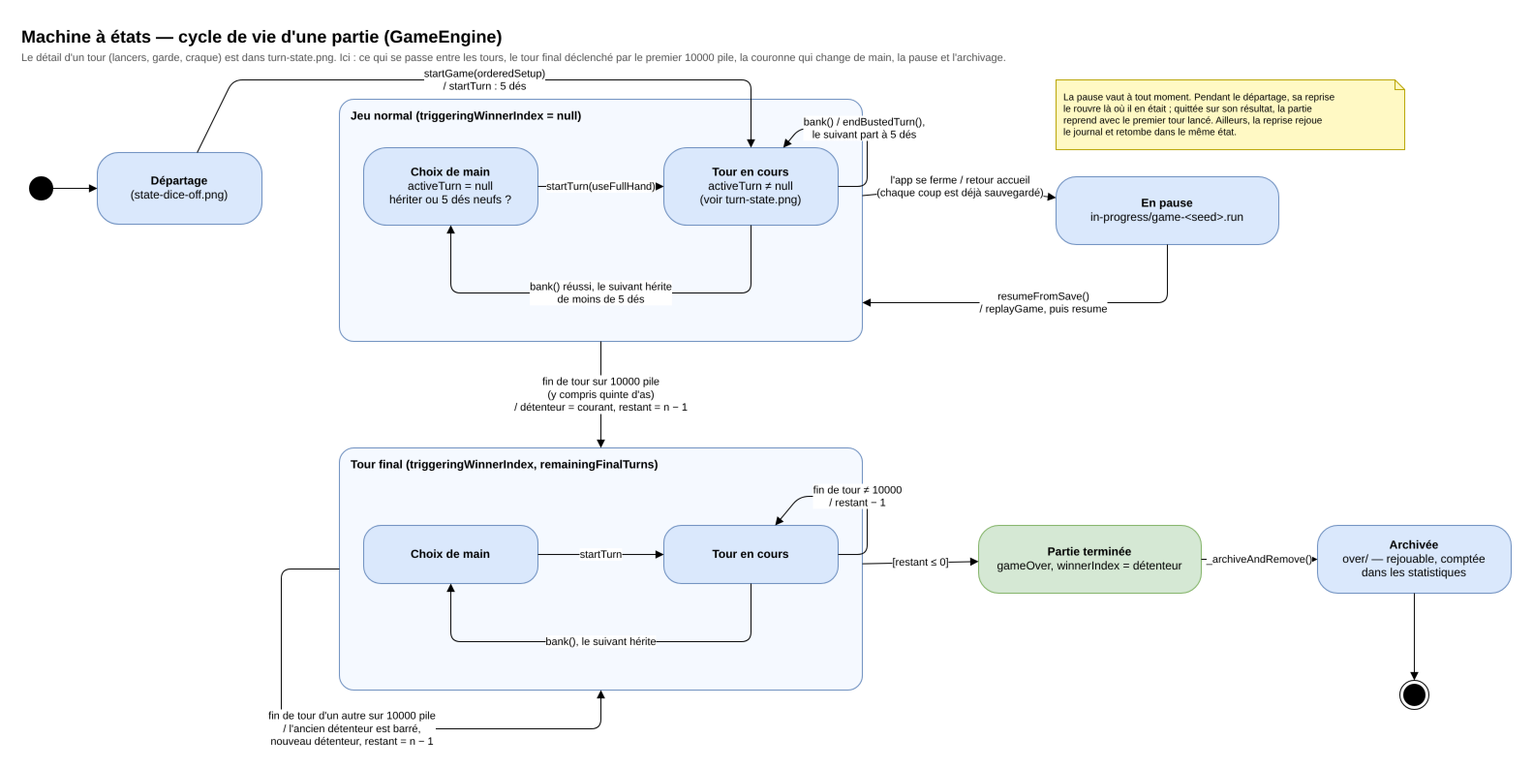
Earlier version of the draw.io export docs/uml/state-game.png (microscotch/tenk). Source tidied: cells renumbered, new cells last; positions are measured from the earlier drawing's top-left corner, leaving out a move shared by most shapes.
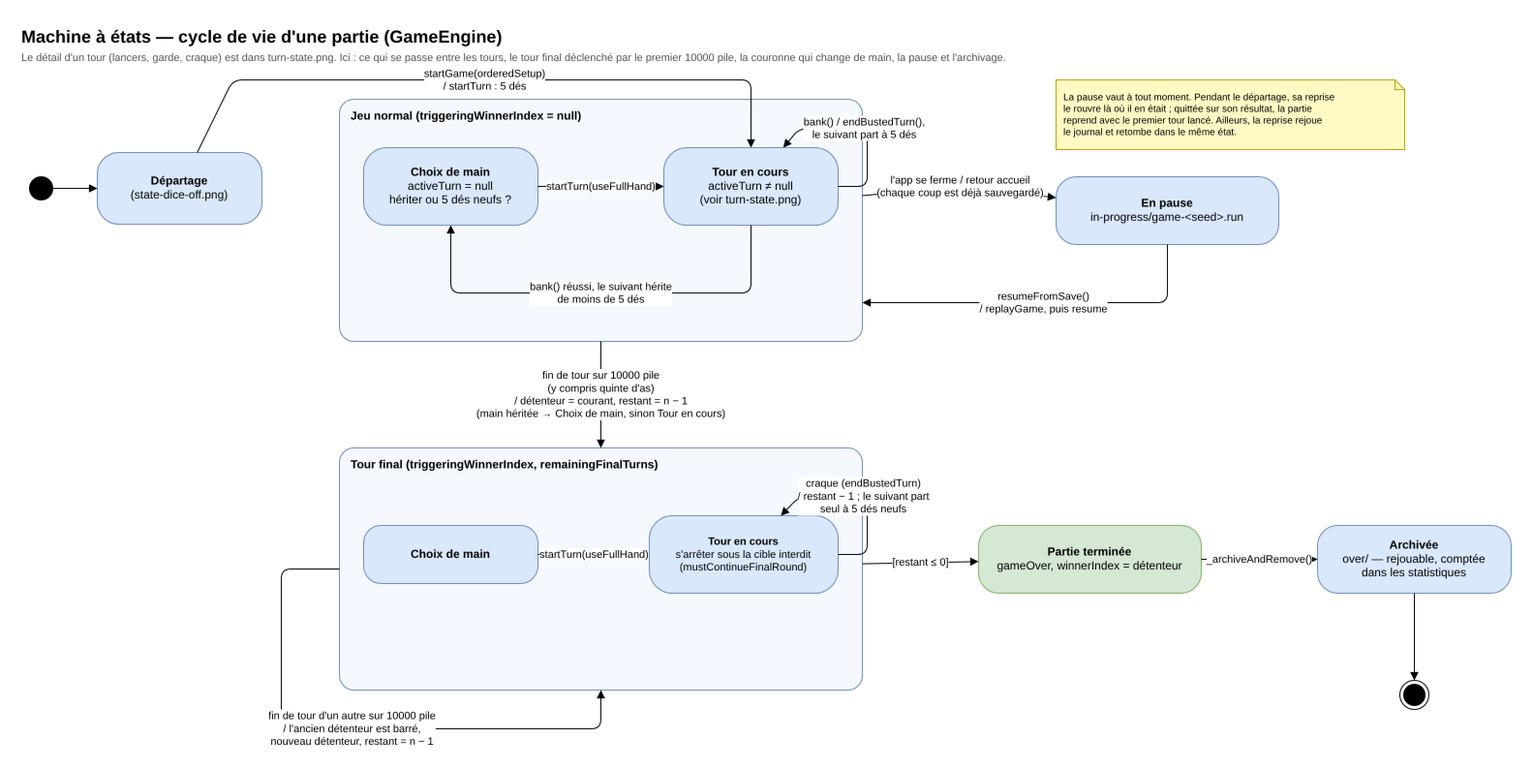
After the change.

What changed in the source:
```diff
@@ -29,8 +29,8 @@
     <mxCell id="10" value="&lt;b&gt;Choix de main&lt;/b&gt;" style="rounded=1;arcSize=30;whiteSpace=wrap;html=1;fontSize=12;fillColor=#dae8fc;strokeColor=#6c8ebf;" parent="1" vertex="1">
       <mxGeometry x="355" y="522" width="180" height="60" as="geometry" />
     </mxCell>
-    <mxCell id="11" value="&lt;b&gt;Tour en cours&lt;/b&gt;" style="rounded=1;arcSize=30;whiteSpace=wrap;html=1;fontSize=12;fillColor=#dae8fc;strokeColor=#6c8ebf;" parent="1" vertex="1">
-      <mxGeometry x="665" y="522" width="180" height="60" as="geometry" />
+    <mxCell id="11" value="&lt;b&gt;Tour en cours&lt;/b&gt;&lt;br/&gt;s'arrêter sous la cible interdit&lt;br/&gt;(mustContinueFinalRound)" style="rounded=1;arcSize=30;whiteSpace=wrap;html=1;fontSize=11;fillColor=#dae8fc;strokeColor=#6c8ebf;" parent="1" vertex="1">
+      <mxGeometry x="650" y="512" width="195" height="80" as="geometry" />
     </mxCell>
     <mxCell id="12" value="&lt;b&gt;Partie terminée&lt;/b&gt;&lt;br/&gt;gameOver, winnerIndex = détenteur" style="rounded=1;arcSize=30;whiteSpace=wrap;html=1;fontSize=12;fillColor=#d5e8d4;strokeColor=#82b366;" parent="1" vertex="1">
       <mxGeometry x="990" y="522" width="230" height="70" as="geometry" />
@@ -75,7 +75,7 @@
         </Array>
       </mxGeometry>
     </mxCell>
-    <mxCell id="21" value="fin de tour sur 10000 pile&lt;br/&gt;(y compris quinte d'as)&lt;br/&gt;/ détenteur = courant, restant = n − 1" style="endArrow=block;endFill=1;html=1;fontSize=11;labelBackgroundColor=#ffffff;rounded=1;" parent="1" edge="1" source="6" target="9">
+    <mxCell id="21" value="fin de tour sur 10000 pile&lt;br/&gt;(y compris quinte d'as)&lt;br/&gt;/ détenteur = courant, restant = n − 1&lt;br/&gt;(main héritée → Choix de main, sinon Tour en cours)" style="endArrow=block;endFill=1;html=1;fontSize=11;labelBackgroundColor=#ffffff;rounded=1;" parent="1" edge="1" source="6" target="9">
       <mxGeometry relative="1" as="geometry" />
     </mxCell>
     <mxCell id="22" value="fin de tour d'un autre sur 10000 pile&lt;br/&gt;/ l'ancien détenteur est barré,&lt;br/&gt;nouveau détenteur, restant = n − 1" style="endArrow=block;endFill=1;html=1;fontSize=11;labelBackgroundColor=#ffffff;rounded=1;" parent="1" edge="1" source="9" target="9">
@@ -87,18 +87,10 @@
         </Array>
       </mxGeometry>
     </mxCell>
-    <mxCell id="23" value="startTurn" style="endArrow=block;endFill=1;html=1;fontSize=11;labelBackgroundColor=#ffffff;rounded=1;" parent="1" edge="1" source="10" target="11">
+    <mxCell id="23" value="startTurn(useFullHand)" style="endArrow=block;endFill=1;html=1;fontSize=11;labelBackgroundColor=#ffffff;rounded=1;" parent="1" edge="1" source="10" target="11">
       <mxGeometry relative="1" as="geometry" />
     </mxCell>
-    <mxCell id="24" value="bank(), le suivant hérite" style="endArrow=block;endFill=1;html=1;fontSize=11;labelBackgroundColor=#ffffff;rounded=1;" parent="1" edge="1" source="11" target="10">
-      <mxGeometry relative="1" as="geometry">
-        <Array as="points">
-          <mxPoint x="755" y="642" />
-          <mxPoint x="445" y="642" />
-        </Array>
-      </mxGeometry>
-    </mxCell>
-    <mxCell id="25" value="fin de tour ≠ 10000&lt;br/&gt;/ restant − 1" style="endArrow=block;endFill=1;html=1;fontSize=11;labelBackgroundColor=#ffffff;rounded=1;" parent="1" edge="1" source="11" target="11">
+    <mxCell id="25" value="craque (endBustedTurn)&lt;br/&gt;/ restant − 1 ; le suivant part&lt;br/&gt;seul à 5 dés neufs" style="endArrow=block;endFill=1;html=1;fontSize=11;labelBackgroundColor=#ffffff;rounded=1;" parent="1" edge="1" source="11" target="11">
       <mxGeometry relative="1" as="geometry">
         <Array as="points">
           <mxPoint x="875" y="552" />
```
